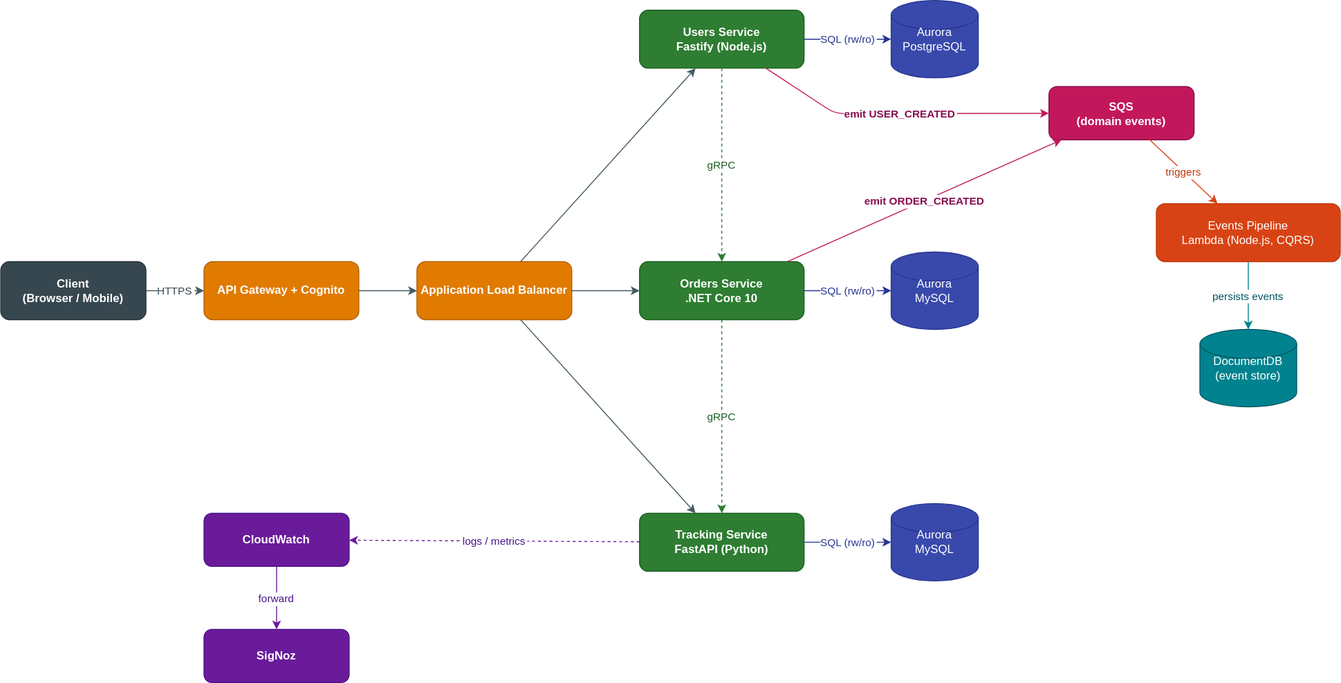
This is docs/00-overview/diagrams/architecture.drawio.svg from je-martinez/3-microservices-running-on-aws-infrastructure, a draw.io export, as it was before one commit. Source tidied: cells renumbered, new cells last; positions are measured from the earlier drawing's top-left corner, leaving out a move shared by most shapes.
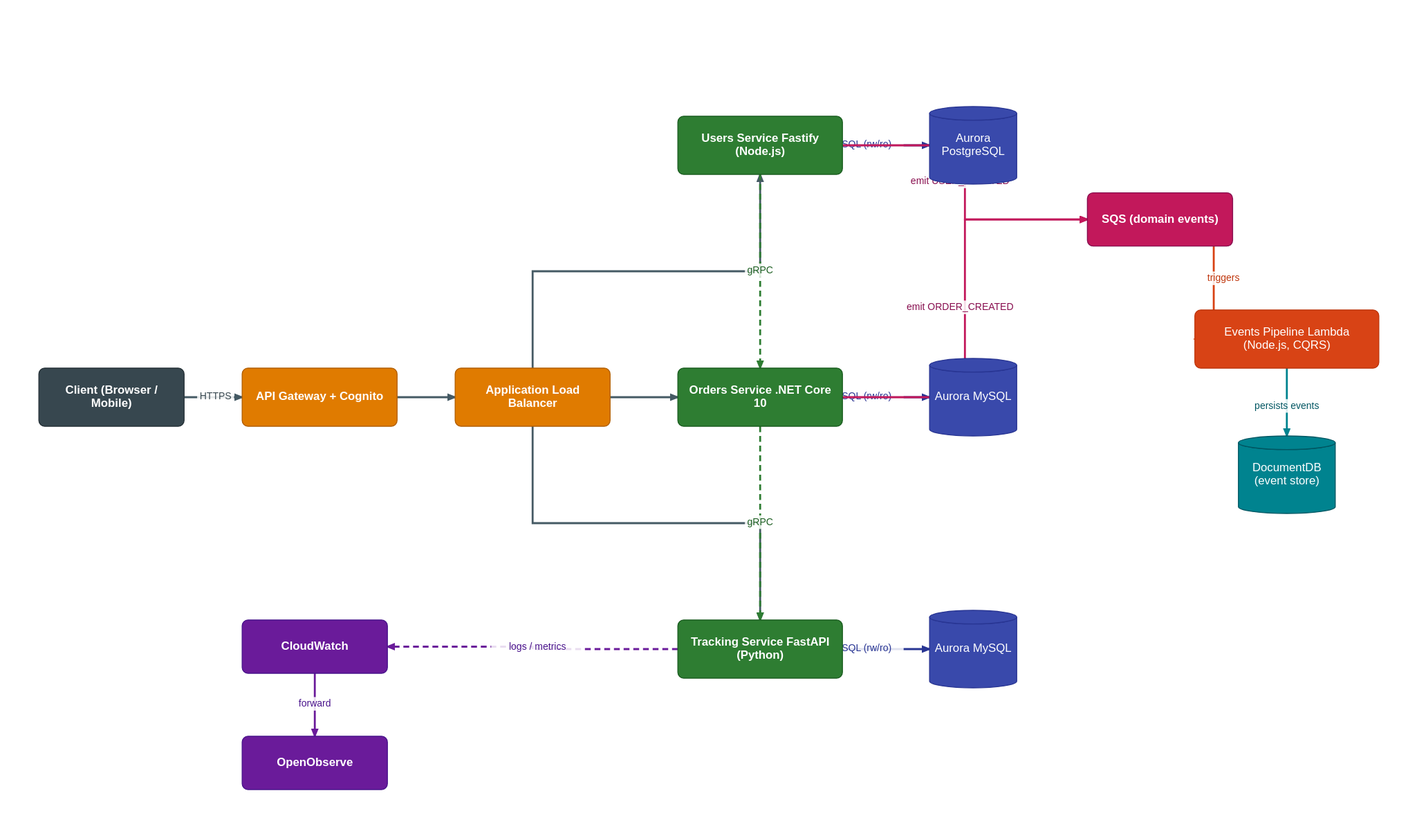
The same diagram one commit later.

Commit message:
docs(vault): regenerate the diagrams — SigNoz→OpenObserve, Ministack→Floci

Diff of the diagram source:
```diff
@@ -41,7 +41,7 @@
     <mxCell id="14" value="CloudWatch" style="rounded=1;whiteSpace=wrap;html=1;fillColor=#6A1B9A;strokeColor=#4A148C;fontColor=#ffffff;fontStyle=1;" parent="1" vertex="1">
       <mxGeometry x="210" y="530" width="150" height="55" as="geometry" />
     </mxCell>
-    <mxCell id="15" value="SigNoz" style="rounded=1;whiteSpace=wrap;html=1;fillColor=#6A1B9A;strokeColor=#4A148C;fontColor=#ffffff;fontStyle=1;" parent="1" vertex="1">
+    <mxCell id="15" value="OpenObserve" style="rounded=1;whiteSpace=wrap;html=1;fillColor=#6A1B9A;strokeColor=#4A148C;fontColor=#ffffff;fontStyle=1;" parent="1" vertex="1">
       <mxGeometry x="210" y="650" width="150" height="55" as="geometry" />
     </mxCell>
     <mxCell id="16" value="HTTPS" style="strokeColor=#455A64;fontColor=#37474F;" parent="1" edge="1" source="2" target="3">
```
